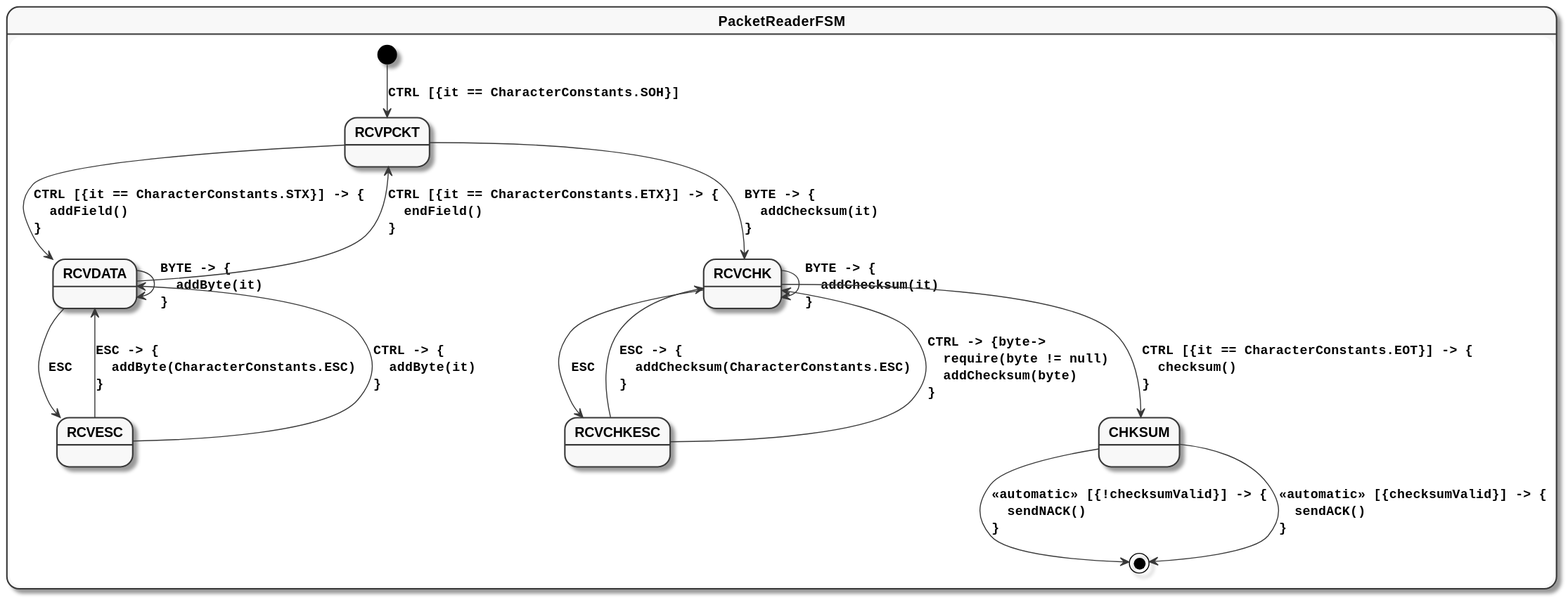
open-jumpco/kfsm-viz keeps this PlantUML diagram as packet-reader.svg. Above is the earlier version.
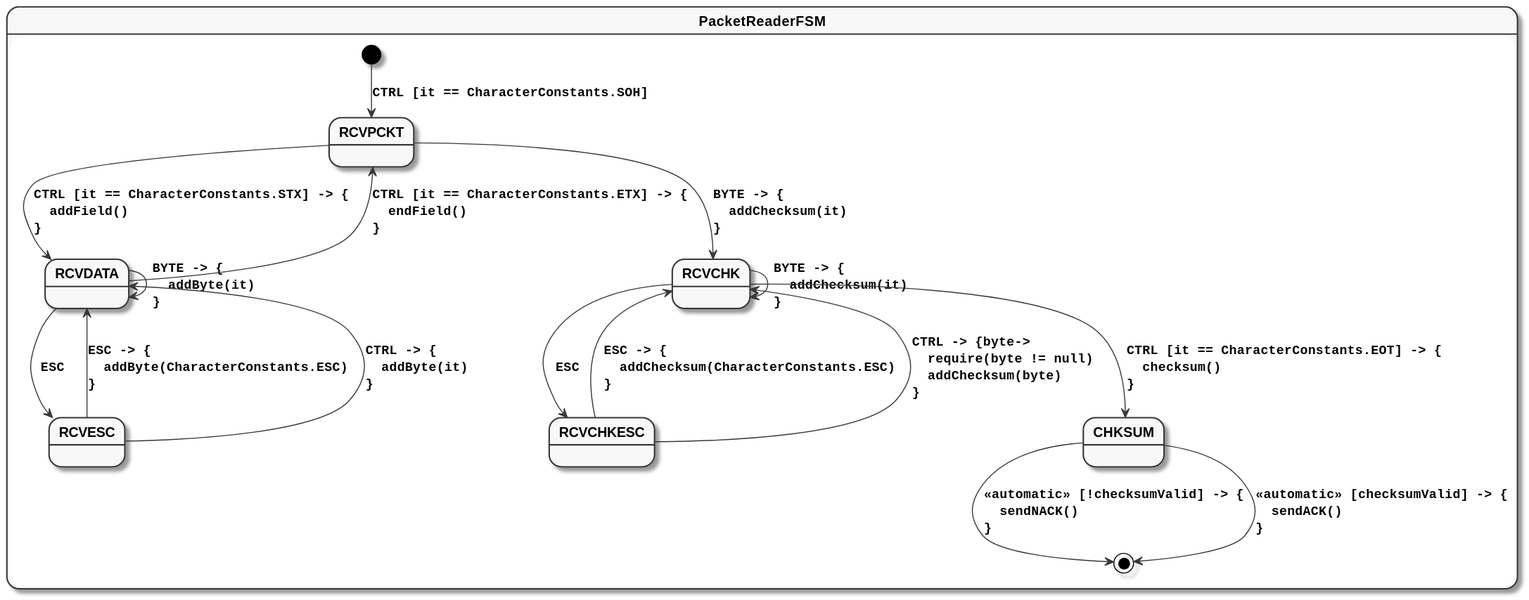
Later version of the same file.

Diff of the diagram source:
```diff
@@ -7,19 +7,19 @@
     FontStyle Bold
 }
 state PacketReaderFSM {
-[*] --> RCVPCKT : CTRL [{it == CharacterConstants.SOH}]
-RCVPCKT --> RCVDATA : CTRL [{it == CharacterConstants.STX}] -> {\l  addField()\l}
+[*] --> RCVPCKT : CTRL [it == CharacterConstants.SOH]
+RCVPCKT --> RCVDATA : CTRL [it == CharacterConstants.STX] -> {\l  addField()\l}
 RCVPCKT --> RCVCHK : BYTE -> {\l  addChecksum(it)\l}
 RCVDATA --> RCVDATA : BYTE -> {\l  addByte(it)\l}
-RCVDATA --> RCVPCKT : CTRL [{it == CharacterConstants.ETX}] -> {\l  endField()\l}
+RCVDATA --> RCVPCKT : CTRL [it == CharacterConstants.ETX] -> {\l  endField()\l}
 RCVDATA --> RCVESC : ESC
 RCVESC --> RCVDATA : ESC -> {\l  addByte(CharacterConstants.ESC)\l}
 RCVESC --> RCVDATA : CTRL -> {\l  addByte(it)\l}
 RCVCHK --> RCVCHK : BYTE -> {\l  addChecksum(it)\l}
 RCVCHK --> RCVCHKESC : ESC
-RCVCHK --> CHKSUM : CTRL [{it == CharacterConstants.EOT}] -> {\l  checksum()\l}
-CHKSUM --> [*] : <<automatic>> [{!checksumValid}] -> {\l  sendNACK()\l}
-CHKSUM --> [*] : <<automatic>> [{checksumValid}] -> {\l  sendACK()\l}
+RCVCHK --> CHKSUM : CTRL [it == CharacterConstants.EOT] -> {\l  checksum()\l}
+CHKSUM --> [*] : <<automatic>> [!checksumValid] -> {\l  sendNACK()\l}
+CHKSUM --> [*] : <<automatic>> [checksumValid] -> {\l  sendACK()\l}
 RCVCHKESC --> RCVCHK : ESC -> {\l  addChecksum(CharacterConstants.ESC)\l}
 RCVCHKESC --> RCVCHK : CTRL -> {byte->\l  require(byte != null)\l  addChecksum(byte)\l}
 }
```
